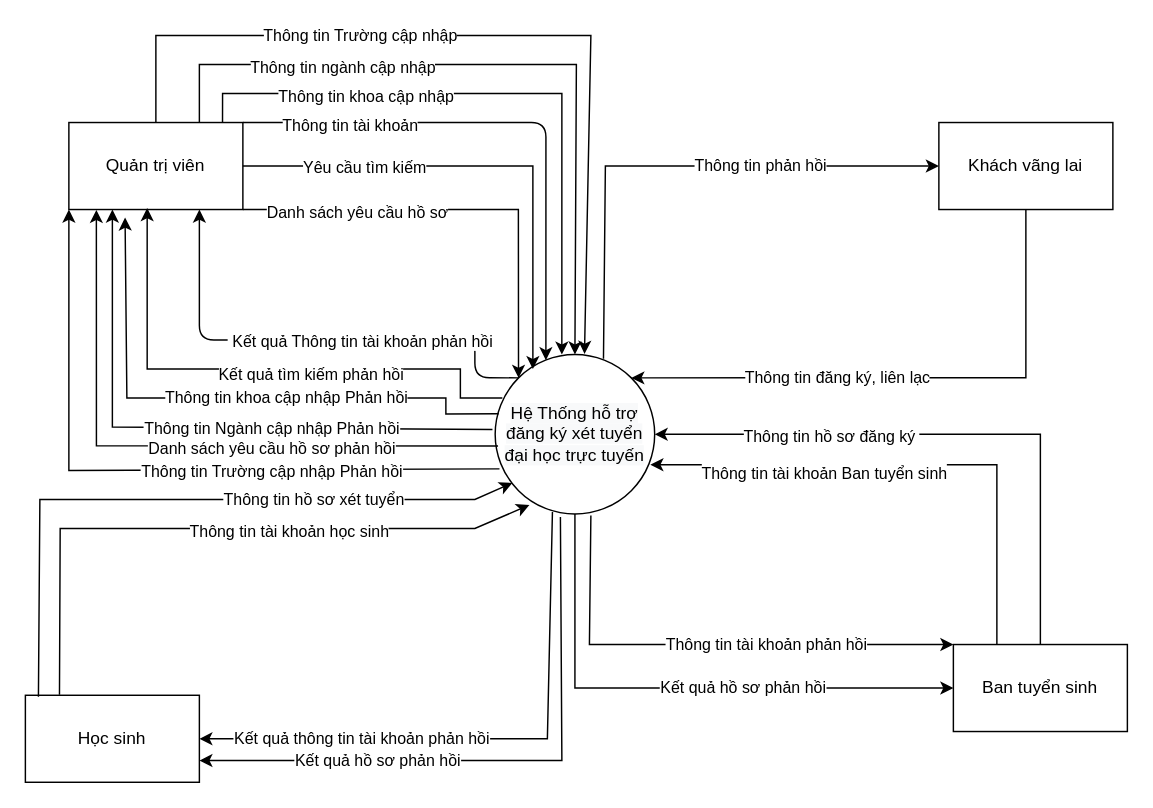
Before: page "Biểu đồ luồng dữ liệu mức ngữ cảnh" (2 of 4) of 1. Bao Cao/DATN.drawio in truongquangkhai99/TrinhVanTu_DATN, a draw.io diagram. Source tidied: cells renumbered, new cells numbered last; positions are measured from the earlier drawing's top-left corner, leaving out a move shared by most shapes. Both pictures are drawn from the tidied source at 145%, with x=0, y=0 at pixel (25, 35).
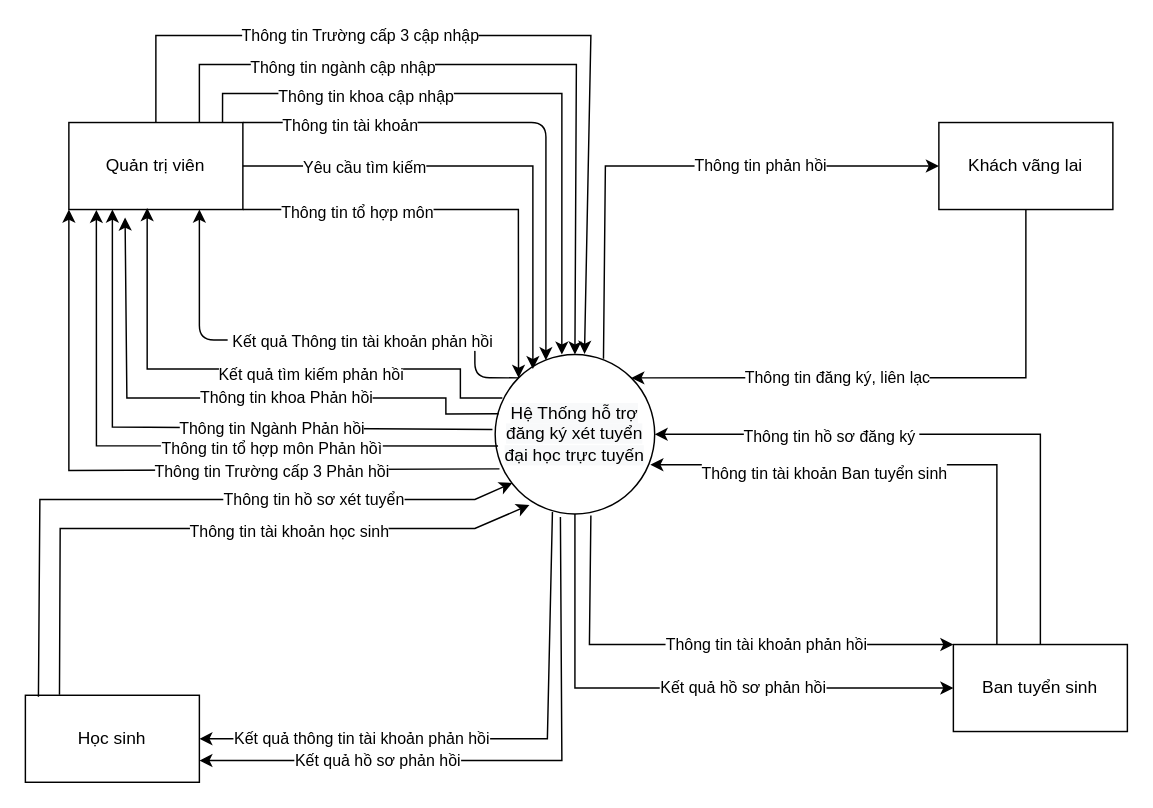
The same page after the edit.

Unchanged cells that the change refers to:
```xml
<mxCell id="25" style="endArrow=classic;html=1;rounded=0;exitX=1;exitY=1;exitDx=0;exitDy=0;entryX=0;entryY=0;entryDx=0;entryDy=0;" parent="1" edge="1" source="13" target="2">
  <mxGeometry relative="1" as="geometry">
    <Array as="points">
      <mxPoint x="340" y="120" />
    </Array>
  </mxGeometry>
</mxCell>
<mxCell id="27" style="endArrow=classic;html=1;rounded=0;exitX=0.018;exitY=0.573;exitDx=0;exitDy=0;entryX=0.158;entryY=1.005;entryDx=0;entryDy=0;exitPerimeter=0;entryPerimeter=0;" parent="1" edge="1" source="2" target="13">
  <mxGeometry relative="1" as="geometry">
    <Array as="points">
      <mxPoint x="49" y="283" />
    </Array>
  </mxGeometry>
</mxCell>
<mxCell id="37" style="endArrow=classic;html=1;rounded=0;exitX=0.022;exitY=0.371;exitDx=0;exitDy=0;entryX=0.323;entryY=1.092;entryDx=0;entryDy=0;entryPerimeter=0;exitPerimeter=0;" parent="1" edge="1" source="2" target="13">
  <mxGeometry relative="1" as="geometry">
    <Array as="points">
      <mxPoint x="290" y="261" />
      <mxPoint x="290" y="250" />
      <mxPoint x="70" y="250" />
    </Array>
  </mxGeometry>
</mxCell>
<mxCell id="39" style="endArrow=classic;html=1;rounded=0;exitX=-0.017;exitY=0.47;exitDx=0;exitDy=0;exitPerimeter=0;entryX=0.25;entryY=1;entryDx=0;entryDy=0;" parent="1" edge="1" source="2" target="13">
  <mxGeometry relative="1" as="geometry">
    <Array as="points">
      <mxPoint x="60" y="270" />
    </Array>
  </mxGeometry>
</mxCell>
<mxCell id="41" style="endArrow=classic;html=1;rounded=0;exitX=0.027;exitY=0.717;exitDx=0;exitDy=0;exitPerimeter=0;entryX=0;entryY=1;entryDx=0;entryDy=0;" parent="1" edge="1" source="2" target="13">
  <mxGeometry relative="1" as="geometry">
    <Array as="points">
      <mxPoint x="30" y="300" />
    </Array>
  </mxGeometry>
</mxCell>
<mxCell id="43" style="endArrow=classic;html=1;rounded=0;entryX=0.56;entryY=-0.004;entryDx=0;entryDy=0;entryPerimeter=0;exitX=0.5;exitY=0;exitDx=0;exitDy=0;" parent="1" edge="1" source="13" target="2">
  <mxGeometry relative="1" as="geometry">
    <Array as="points">
      <mxPoint x="90" />
      <mxPoint x="390" />
    </Array>
  </mxGeometry>
</mxCell>
```

The edit, as a diff of the source:
```diff
@@
-    <mxCell id="26" value="Danh sách yêu cầu hồ sơ" style="edgeLabel;html=1;align=center;verticalAlign=middle;" parent="25" vertex="1">
+    <mxCell id="26" value="Thông tin tổ hợp môn" style="edgeLabel;html=1;align=center;verticalAlign=middle;" parent="25" vertex="1">
       <mxGeometry x="-0.49" y="-1" relative="1" as="geometry" />
     </mxCell>
@@
-    <mxCell id="28" value="Danh sách yêu cầu hồ sơ phản hồi" style="edgeLabel;html=1;align=center;verticalAlign=middle;" parent="27" vertex="1">
+    <mxCell id="28" value="Thông tin tổ hợp môn Phản hồì" style="edgeLabel;html=1;align=center;verticalAlign=middle;" parent="27" vertex="1">
       <mxGeometry x="-0.44" y="1" relative="1" as="geometry">
         <mxPoint x="-33" as="offset" />
       </mxGeometry>
     </mxCell>
@@
-    <mxCell id="38" value="Thông tin khoa cập nhập Phản hồi" style="edgeLabel;html=1;align=center;verticalAlign=middle;" parent="37" vertex="1">
+    <mxCell id="38" value="Thông tin khoa Phản hồi" style="edgeLabel;html=1;align=center;verticalAlign=middle;" parent="37" vertex="1">
       <mxGeometry x="-0.43" y="-1" relative="1" as="geometry">
         <mxPoint x="-46" as="offset" />
       </mxGeometry>
     </mxCell>
@@
-    <mxCell id="40" value="Thông tin Ngành cập nhập Phản hồi" style="edgeLabel;html=1;align=center;verticalAlign=middle;" parent="39" vertex="1">
+    <mxCell id="40" value="Thông tin Ngành Phản hồi" style="edgeLabel;html=1;align=center;verticalAlign=middle;" parent="39" vertex="1">
       <mxGeometry x="-0.52" relative="1" as="geometry">
         <mxPoint x="-54" y="-1" as="offset" />
       </mxGeometry>
     </mxCell>
@@
-    <mxCell id="42" value="Thông tin Trường cập nhập Phản hồi" style="edgeLabel;html=1;align=center;verticalAlign=middle;" parent="41" vertex="1">
+    <mxCell id="42" value="Thông tin Trường cấp 3 Phản hồi" style="edgeLabel;html=1;align=center;verticalAlign=middle;" parent="41" vertex="1">
       <mxGeometry x="-0.34" y="1" relative="1" as="geometry" />
     </mxCell>
@@
-    <mxCell id="44" value="Thông tin Trường cập nhập" style="edgeLabel;html=1;align=center;verticalAlign=middle;" parent="43" vertex="1">
+    <mxCell id="44" value="Thông tin Trường cấp 3 cập nhập" style="edgeLabel;html=1;align=center;verticalAlign=middle;" parent="43" vertex="1">
       <mxGeometry x="-0.31" y="1" relative="1" as="geometry" />
     </mxCell>
```
